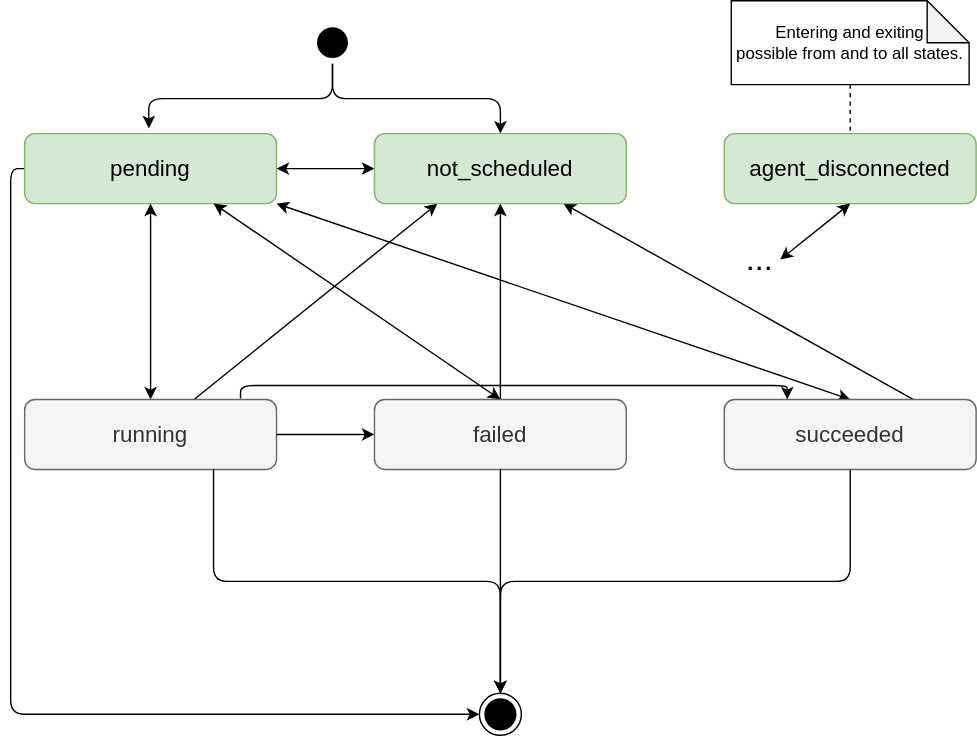
eclipse-ankaios/ankaios keeps this draw.io diagram as common/doc/swdesign/drawio/state_workload_execution_major_states.drawio.svg. Above is the earlier version. Source tidied: cells renumbered, new cells last; positions are measured from the earlier drawing's top-left corner, leaving out a move shared by most shapes. Its diagram source:
```xml
<mxGraphModel>
  <root>
    <mxCell id="0" />
    <mxCell id="1" parent="0" />
    <mxCell id="2" style="edgeStyle=orthogonalEdgeStyle;html=1;fontSize=16;entryX=0.493;entryY=-0.075;entryDx=0;entryDy=0;entryPerimeter=0;exitX=0.5;exitY=1;exitDx=0;exitDy=0;" parent="1" edge="1" source="4" target="7">
      <mxGeometry relative="1" as="geometry" />
    </mxCell>
    <mxCell id="3" style="edgeStyle=orthogonalEdgeStyle;html=1;entryX=0.5;entryY=0;entryDx=0;entryDy=0;exitX=0.5;exitY=1;exitDx=0;exitDy=0;" parent="1" edge="1" source="4" target="35">
      <mxGeometry relative="1" as="geometry" />
    </mxCell>
    <mxCell id="4" style="ellipse;html=1;shape=startState;fillColor=#000000;strokeColor=none;" parent="1" vertex="1">
      <mxGeometry x="205" y="15" width="30" height="30" as="geometry" />
    </mxCell>
    <mxCell id="5" style="ellipse;html=1;shape=endState;fillColor=#000000;strokeColor=#000000;" parent="1" vertex="1">
      <mxGeometry x="325" y="495" width="30" height="30" as="geometry" />
    </mxCell>
    <mxCell id="6" style="edgeStyle=orthogonalEdgeStyle;html=1;entryX=0;entryY=0.5;entryDx=0;entryDy=0;startArrow=none;startFill=0;exitX=0;exitY=0.5;exitDx=0;exitDy=0;" parent="1" edge="1" source="7" target="5">
      <mxGeometry relative="1" as="geometry" />
    </mxCell>
    <mxCell id="7" value="&lt;font style=&quot;font-size: 16px;&quot;&gt;pending&lt;/font&gt;" style="rounded=1;whiteSpace=wrap;html=1;strokeColor=#82b366;fillColor=#d5e8d4;" parent="1" vertex="1">
      <mxGeometry y="95" width="180" height="50" as="geometry" />
    </mxCell>
    <mxCell id="8" style="edgeStyle=orthogonalEdgeStyle;html=1;entryX=0;entryY=0.5;entryDx=0;entryDy=0;startArrow=none;startFill=0;exitX=0;exitY=0.75;exitDx=0;exitDy=0;" parent="1" edge="1">
      <mxGeometry relative="1" as="geometry">
        <mxPoint x="155" y="137.5" as="sourcePoint" />
      </mxGeometry>
    </mxCell>
    <mxCell id="9" style="edgeStyle=none;html=1;fontSize=16;entryX=0.5;entryY=0;entryDx=0;entryDy=0;exitX=0.5;exitY=1;exitDx=0;exitDy=0;startArrow=classic;startFill=1;" parent="1" edge="1" source="7" target="17">
      <mxGeometry relative="1" as="geometry" />
    </mxCell>
    <mxCell id="10" style="edgeStyle=none;html=1;entryX=0.5;entryY=0;entryDx=0;entryDy=0;fontSize=16;exitX=1;exitY=1;exitDx=0;exitDy=0;startArrow=classic;startFill=1;" parent="1" edge="1" source="7" target="20">
      <mxGeometry relative="1" as="geometry" />
    </mxCell>
    <mxCell id="11" style="edgeStyle=none;html=1;entryX=0.5;entryY=0;entryDx=0;entryDy=0;fontSize=16;exitX=0.75;exitY=1;exitDx=0;exitDy=0;startArrow=classic;startFill=1;" parent="1" edge="1" source="7" target="14">
      <mxGeometry relative="1" as="geometry" />
    </mxCell>
    <mxCell id="12" style="edgeStyle=orthogonalEdgeStyle;html=1;entryX=1;entryY=0.5;entryDx=0;entryDy=0;startArrow=classic;startFill=1;exitX=1;exitY=0.25;exitDx=0;exitDy=0;" parent="1" edge="1">
      <mxGeometry relative="1" as="geometry">
        <mxPoint x="280" y="160" as="targetPoint" />
        <Array as="points">
          <mxPoint x="290" y="183" />
          <mxPoint x="290" y="160" />
        </Array>
      </mxGeometry>
    </mxCell>
    <mxCell id="13" style="edgeStyle=none;html=1;entryX=0.5;entryY=1;entryDx=0;entryDy=0;startArrow=none;startFill=0;" parent="1" edge="1" source="14" target="35">
      <mxGeometry relative="1" as="geometry" />
    </mxCell>
    <mxCell id="14" value="&lt;font style=&quot;font-size: 16px;&quot;&gt;failed&lt;br&gt;&lt;/font&gt;" style="rounded=1;whiteSpace=wrap;html=1;strokeColor=#666666;fillColor=#f5f5f5;fontColor=#333333;" parent="1" vertex="1">
      <mxGeometry x="250" y="285" width="180" height="50" as="geometry" />
    </mxCell>
    <mxCell id="15" style="edgeStyle=orthogonalEdgeStyle;html=1;entryX=0.25;entryY=0;entryDx=0;entryDy=0;fontSize=16;fontColor=#2d2525;exitX=0.857;exitY=-0.014;exitDx=0;exitDy=0;exitPerimeter=0;" parent="1" edge="1" source="17" target="20">
      <mxGeometry relative="1" as="geometry" />
    </mxCell>
    <mxCell id="16" style="edgeStyle=none;html=1;entryX=0.25;entryY=1;entryDx=0;entryDy=0;startArrow=none;startFill=0;" parent="1" edge="1" source="17" target="35">
      <mxGeometry relative="1" as="geometry" />
    </mxCell>
    <mxCell id="17" value="&lt;font style=&quot;font-size: 16px;&quot;&gt;running&lt;br&gt;&lt;/font&gt;" style="rounded=1;whiteSpace=wrap;html=1;strokeColor=#666666;fillColor=#f5f5f5;fontColor=#333333;" parent="1" vertex="1">
      <mxGeometry y="285" width="180" height="50" as="geometry" />
    </mxCell>
    <mxCell id="18" style="edgeStyle=orthogonalEdgeStyle;html=1;entryX=0.5;entryY=0;entryDx=0;entryDy=0;startArrow=none;startFill=0;" parent="1" edge="1" source="20" target="5">
      <mxGeometry relative="1" as="geometry">
        <Array as="points">
          <mxPoint x="590" y="415" />
          <mxPoint x="340" y="415" />
        </Array>
      </mxGeometry>
    </mxCell>
    <mxCell id="19" style="edgeStyle=none;html=1;entryX=0.75;entryY=1;entryDx=0;entryDy=0;startArrow=none;startFill=0;exitX=0.75;exitY=0;exitDx=0;exitDy=0;" parent="1" edge="1" source="20" target="35">
      <mxGeometry relative="1" as="geometry" />
    </mxCell>
    <mxCell id="20" value="&lt;font style=&quot;font-size: 16px;&quot;&gt;succeeded&lt;br&gt;&lt;/font&gt;" style="rounded=1;whiteSpace=wrap;html=1;strokeColor=#666666;fillColor=#f5f5f5;fontColor=#333333;" parent="1" vertex="1">
      <mxGeometry x="500" y="285" width="180" height="50" as="geometry" />
    </mxCell>
    <mxCell id="21" style="edgeStyle=orthogonalEdgeStyle;html=1;entryX=0.5;entryY=0;entryDx=0;entryDy=0;fontSize=16;exitX=0.75;exitY=1;exitDx=0;exitDy=0;" parent="1" edge="1" source="17" target="5">
      <mxGeometry relative="1" as="geometry" />
    </mxCell>
    <mxCell id="22" value="&lt;font style=&quot;font-size: 16px;&quot;&gt;agent_disconnected&lt;br&gt;&lt;/font&gt;" style="rounded=1;whiteSpace=wrap;html=1;strokeColor=#82b366;fillColor=#d5e8d4;" parent="1" vertex="1">
      <mxGeometry x="500" y="95" width="180" height="50" as="geometry" />
    </mxCell>
    <mxCell id="23" style="edgeStyle=orthogonalEdgeStyle;html=1;entryX=0;entryY=0.5;entryDx=0;entryDy=0;startArrow=none;startFill=0;exitX=0;exitY=0.75;exitDx=0;exitDy=0;" parent="1" edge="1">
      <mxGeometry relative="1" as="geometry">
        <mxPoint x="155" y="107.5" as="sourcePoint" />
      </mxGeometry>
    </mxCell>
    <mxCell id="24" style="edgeStyle=orthogonalEdgeStyle;html=1;entryX=1;entryY=0.5;entryDx=0;entryDy=0;startArrow=classic;startFill=1;exitX=1;exitY=0.5;exitDx=0;exitDy=0;" parent="1" edge="1">
      <mxGeometry relative="1" as="geometry">
        <mxPoint x="280" y="100" as="sourcePoint" />
      </mxGeometry>
    </mxCell>
    <mxCell id="25" style="edgeStyle=orthogonalEdgeStyle;html=1;entryX=0;entryY=0.5;entryDx=0;entryDy=0;startArrow=none;startFill=0;exitX=1;exitY=0.5;exitDx=0;exitDy=0;" parent="1" edge="1" source="17" target="14">
      <mxGeometry relative="1" as="geometry" />
    </mxCell>
    <mxCell id="26" style="edgeStyle=orthogonalEdgeStyle;html=1;entryX=0;entryY=0.5;entryDx=0;entryDy=0;startArrow=none;startFill=0;exitX=0;exitY=0.5;exitDx=0;exitDy=0;" parent="1" edge="1">
      <mxGeometry relative="1" as="geometry">
        <mxPoint x="155" y="290" as="sourcePoint" />
      </mxGeometry>
    </mxCell>
    <mxCell id="27" style="edgeStyle=orthogonalEdgeStyle;html=1;entryX=0;entryY=0.5;entryDx=0;entryDy=0;startArrow=none;startFill=0;exitX=0;exitY=0.5;exitDx=0;exitDy=0;" parent="1" edge="1">
      <mxGeometry relative="1" as="geometry">
        <mxPoint x="155" y="290" as="sourcePoint" />
        <Array as="points">
          <mxPoint x="140" y="290" />
          <mxPoint x="140" y="380" />
        </Array>
      </mxGeometry>
    </mxCell>
    <mxCell id="28" style="edgeStyle=orthogonalEdgeStyle;html=1;entryX=0.5;entryY=0;entryDx=0;entryDy=0;startArrow=none;startFill=0;exitX=0.5;exitY=1;exitDx=0;exitDy=0;" parent="1" edge="1" source="14" target="5">
      <mxGeometry relative="1" as="geometry" />
    </mxCell>
    <mxCell id="29" style="edgeStyle=orthogonalEdgeStyle;html=1;entryX=1;entryY=0.75;entryDx=0;entryDy=0;startArrow=classic;startFill=1;exitX=1;exitY=0.5;exitDx=0;exitDy=0;" parent="1" edge="1">
      <mxGeometry relative="1" as="geometry">
        <mxPoint x="690" y="350" as="sourcePoint" />
        <Array as="points">
          <mxPoint x="720" y="350" />
          <mxPoint x="720" y="448" />
        </Array>
      </mxGeometry>
    </mxCell>
    <mxCell id="30" style="edgeStyle=orthogonalEdgeStyle;html=1;entryX=1;entryY=0.25;entryDx=0;entryDy=0;startArrow=classic;startFill=1;exitX=1;exitY=0.25;exitDx=0;exitDy=0;" parent="1" edge="1">
      <mxGeometry relative="1" as="geometry">
        <mxPoint x="690" y="372.5" as="sourcePoint" />
        <Array as="points">
          <mxPoint x="710" y="373" />
          <mxPoint x="710" y="433" />
        </Array>
      </mxGeometry>
    </mxCell>
    <mxCell id="31" style="edgeStyle=orthogonalEdgeStyle;html=1;entryX=0.999;entryY=0.662;entryDx=0;entryDy=0;startArrow=classic;startFill=1;exitX=1;exitY=0.5;exitDx=0;exitDy=0;entryPerimeter=0;" parent="1" edge="1">
      <mxGeometry relative="1" as="geometry">
        <mxPoint x="689.9" y="202.9" as="targetPoint" />
      </mxGeometry>
    </mxCell>
    <mxCell id="32" style="edgeStyle=orthogonalEdgeStyle;html=1;entryX=1;entryY=0.5;entryDx=0;entryDy=0;startArrow=classic;startFill=1;exitX=1;exitY=0.75;exitDx=0;exitDy=0;" parent="1" edge="1">
      <mxGeometry relative="1" as="geometry">
        <mxPoint x="280" y="357.5" as="sourcePoint" />
      </mxGeometry>
    </mxCell>
    <mxCell id="33" style="edgeStyle=orthogonalEdgeStyle;html=1;entryX=1;entryY=0.75;entryDx=0;entryDy=0;startArrow=none;startFill=0;exitX=1;exitY=0.25;exitDx=0;exitDy=0;" parent="1" edge="1">
      <mxGeometry relative="1" as="geometry">
        <mxPoint x="280" y="297.5" as="targetPoint" />
      </mxGeometry>
    </mxCell>
    <mxCell id="34" style="edgeStyle=none;html=1;entryX=1;entryY=0.5;entryDx=0;entryDy=0;startArrow=classic;startFill=1;" parent="1" edge="1" source="35" target="7">
      <mxGeometry relative="1" as="geometry" />
    </mxCell>
    <mxCell id="35" value="&lt;font style=&quot;font-size: 16px;&quot;&gt;not_scheduled&lt;/font&gt;" style="rounded=1;whiteSpace=wrap;html=1;strokeColor=#82b366;fillColor=#d5e8d4;" parent="1" vertex="1">
      <mxGeometry x="250" y="95" width="180" height="50" as="geometry" />
    </mxCell>
    <mxCell id="36" style="endArrow=classic;html=1;entryX=0.5;entryY=1;entryDx=0;entryDy=0;startArrow=classic;startFill=1;" parent="1" edge="1" target="22">
      <mxGeometry relative="1" as="geometry">
        <mxPoint x="540" y="185" as="sourcePoint" />
      </mxGeometry>
    </mxCell>
    <mxCell id="37" style="edgeStyle=none;html=1;startArrow=none;startFill=0;dashed=1;endArrow=none;endFill=0;" parent="1" edge="1" source="38" target="22">
      <mxGeometry relative="1" as="geometry" />
    </mxCell>
    <mxCell id="38" value="Entering and exiting &lt;br&gt;possible from and to all states." style="shape=note;whiteSpace=wrap;html=1;backgroundOutline=1;darkOpacity=0.05;" parent="1" vertex="1">
      <mxGeometry x="505" width="170" height="60" as="geometry" />
    </mxCell>
    <mxCell id="39" value="&lt;font style=&quot;font-size: 23px;&quot;&gt;...&lt;/font&gt;" style="text;html=1;align=center;verticalAlign=middle;strokeColor=none;fillColor=none;" parent="1" vertex="1">
      <mxGeometry x="505" y="165" width="40" height="40" as="geometry" />
    </mxCell>
  </root>
</mxGraphModel>
```
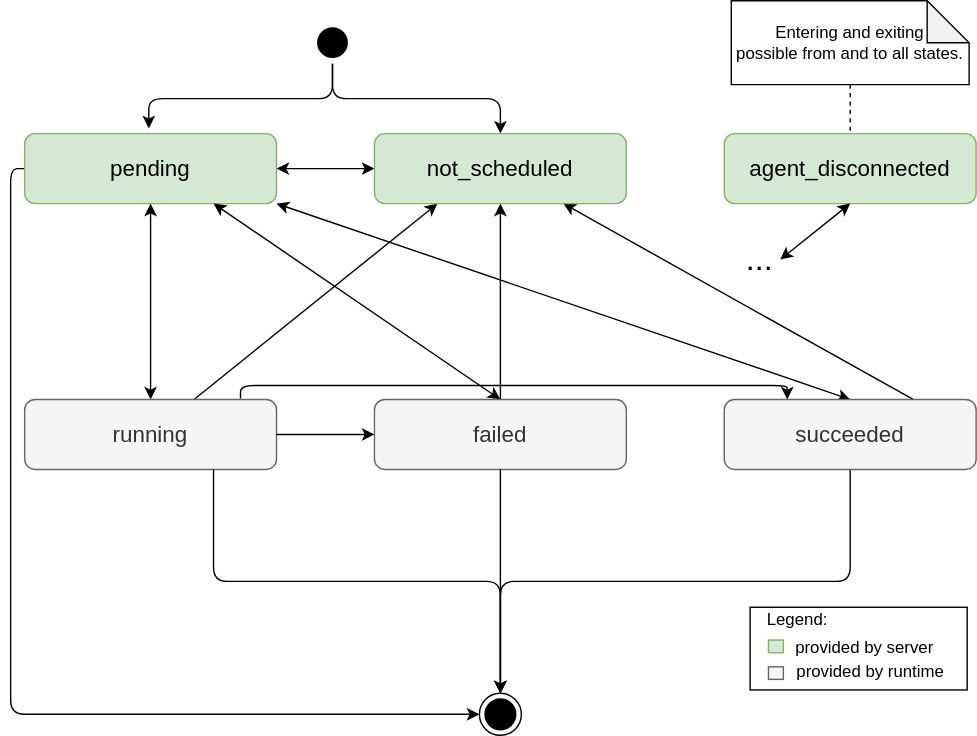
Above is the later version.

Diff of the diagram source:
```diff
@@ -161,5 +161,26 @@
     <mxCell id="39" value="&lt;font style=&quot;font-size: 23px;&quot;&gt;...&lt;/font&gt;" style="text;html=1;align=center;verticalAlign=middle;strokeColor=none;fillColor=none;" parent="1" vertex="1">
       <mxGeometry x="505" y="165" width="40" height="40" as="geometry" />
     </mxCell>
+    <mxCell id="40" style="group;" parent="1" vertex="1">
+      <mxGeometry x="516.5" y="427.6" width="163.5" height="67.4" as="geometry" />
+    </mxCell>
+    <mxCell id="41" style="rounded=0;whiteSpace=wrap;html=1;" parent="40" vertex="1">
+      <mxGeometry x="2" y="5.9" width="155.1" height="59.1" as="geometry" />
+    </mxCell>
+    <mxCell id="42" value="Legend:" style="text;html=1;align=center;verticalAlign=middle;strokeColor=none;fillColor=none;" parent="40" vertex="1">
+      <mxGeometry width="70" height="30" as="geometry" />
+    </mxCell>
+    <mxCell id="43" style="rounded=0;whiteSpace=wrap;html=1;fillColor=#d5e8d4;strokeColor=#82b366;" parent="40" vertex="1">
+      <mxGeometry x="15.1" y="29.4" width="10.7" height="9" as="geometry" />
+    </mxCell>
+    <mxCell id="44" style="rounded=0;whiteSpace=wrap;html=1;fillColor=#f5f5f5;fontColor=#333333;strokeColor=#666666;" parent="40" vertex="1">
+      <mxGeometry x="15.1" y="48.4" width="10.7" height="9" as="geometry" />
+    </mxCell>
+    <mxCell id="45" value="provided by server" style="text;html=1;align=center;verticalAlign=middle;strokeColor=none;fillColor=none;" parent="40" vertex="1">
+      <mxGeometry x="23.8" y="20.3" width="120" height="30" as="geometry" />
+    </mxCell>
+    <mxCell id="46" value="provided by runtime" style="text;html=1;align=left;verticalAlign=middle;strokeColor=none;fillColor=none;" parent="40" vertex="1">
+      <mxGeometry x="33.5" y="37.4" width="130" height="30" as="geometry" />
+    </mxCell>
   </root>
 </mxGraphModel>
```
